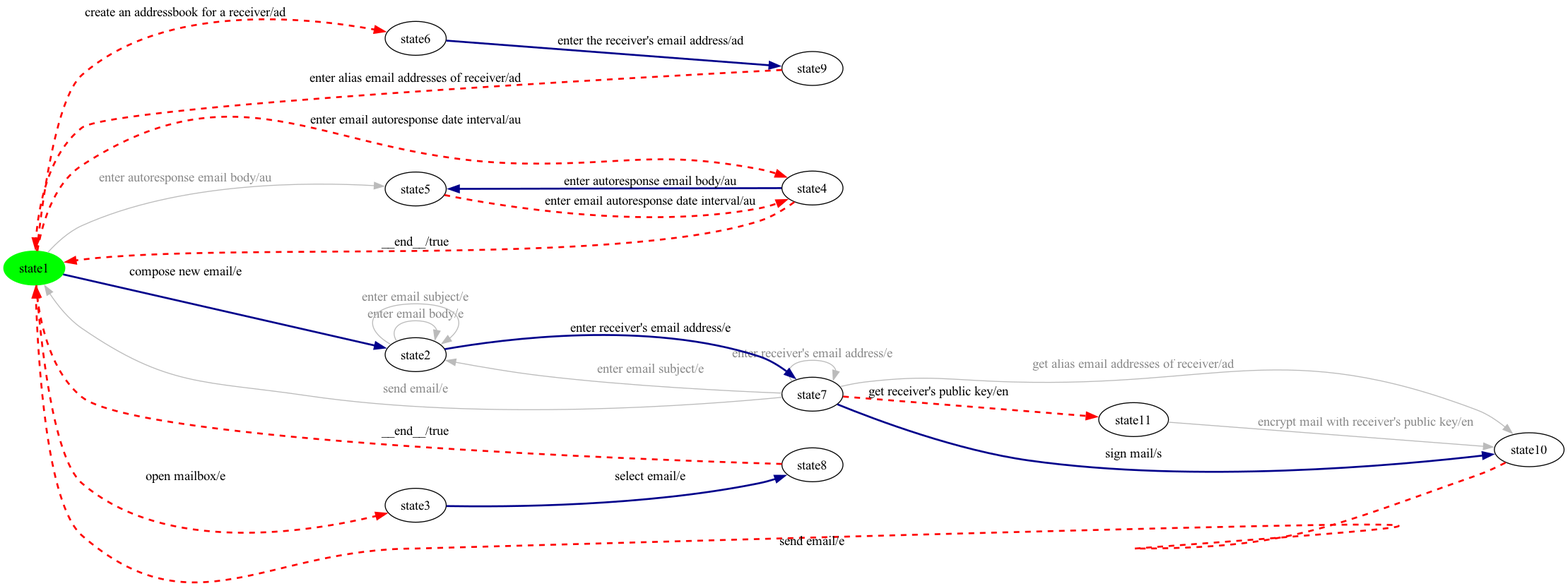
This is milestone-reports/per-product-all-states/eMail/eMail-product4-walk.png from dilekozturk93/vibes, a Graphviz export, as it was before one commit. Its source is kept beside it as milestone-reports/per-product-all-states/eMail/eMail-product4-walk.dot.
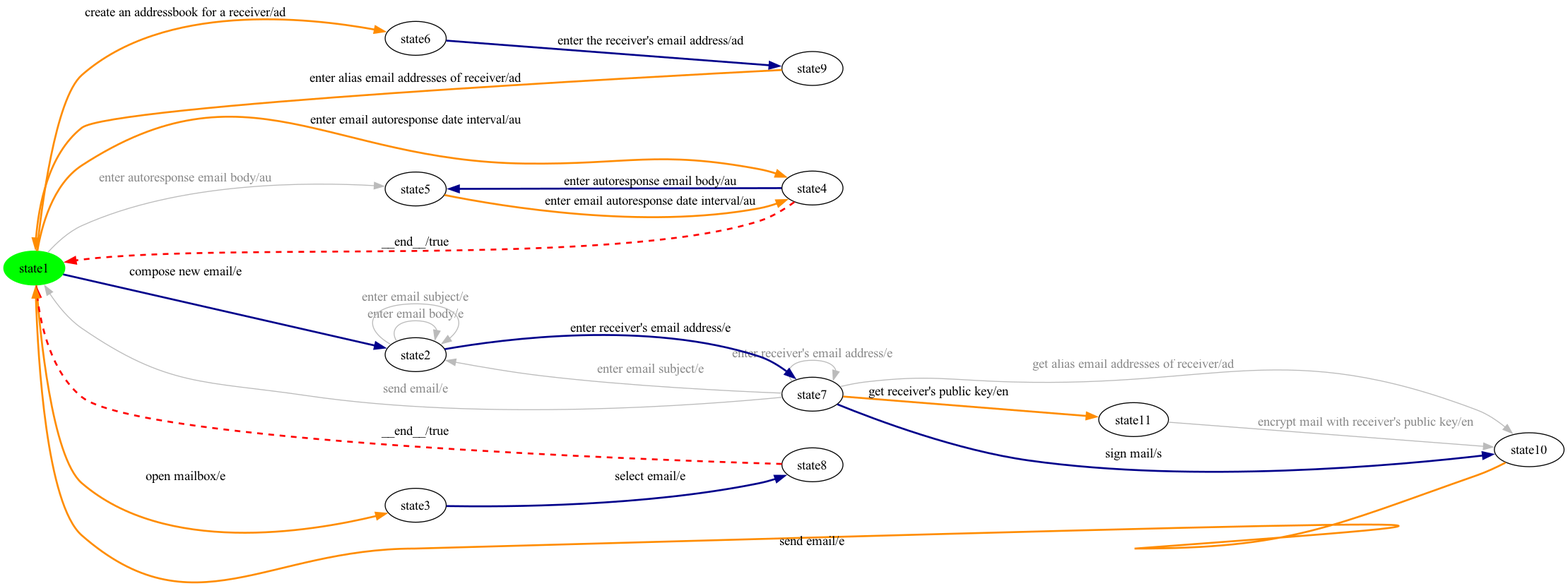
Above is the later version.

What changed in the source:
```diff
@@ -13,24 +13,24 @@
 state10 [ label = "state3" ];
 state7 -> state0 [ label=" send email/e ", color="#bbbbbb", fontcolor="#888888" ];
 state9 -> state3 [ label=" enter autoresponse email body/au ", style=bold, color=darkblue, penwidth=2 ];
-state7 -> state5 [ label=" get receiver's public key/en ", style=dashed, color=red, penwidth=2 ];
-state1 -> state0 [ label=" enter alias email addresses of receiver/ad ", style=dashed, color=red, penwidth=2 ];
+state7 -> state5 [ label=" get receiver's public key/en ", style=bold, color=darkorange, penwidth=2 ];
+state1 -> state0 [ label=" enter alias email addresses of receiver/ad ", style=bold, color=darkorange, penwidth=2 ];
 state5 -> state6 [ label=" encrypt mail with receiver's public key/en ", color="#bbbbbb", fontcolor="#888888" ];
 state10 -> state4 [ label=" select email/e ", style=bold, color=darkblue, penwidth=2 ];
-state3 -> state9 [ label=" enter email autoresponse date interval/au ", style=dashed, color=red, penwidth=2 ];
+state3 -> state9 [ label=" enter email autoresponse date interval/au ", style=bold, color=darkorange, penwidth=2 ];
 state7 -> state6 [ label=" sign mail/s ", style=bold, color=darkblue, penwidth=2 ];
 state8 -> state7 [ label=" enter receiver's email address/e ", style=bold, color=darkblue, penwidth=2 ];
 state7 -> state8 [ label=" enter email subject/e ", color="#bbbbbb", fontcolor="#888888" ];
-state0 -> state9 [ label=" enter email autoresponse date interval/au ", style=dashed, color=red, penwidth=2 ];
+state0 -> state9 [ label=" enter email autoresponse date interval/au ", style=bold, color=darkorange, penwidth=2 ];
 state0 -> state3 [ label=" enter autoresponse email body/au ", color="#bbbbbb", fontcolor="#888888" ];
 state9 -> state0 [ label=" __end__/true ", style=dashed, color=red, penwidth=2 ];
 state4 -> state0 [ label=" __end__/true ", style=dashed, color=red, penwidth=2 ];
-state0 -> state10 [ label=" open mailbox/e ", style=dashed, color=red, penwidth=2 ];
-state0 -> state2 [ label=" create an addressbook for a receiver/ad ", style=dashed, color=red, penwidth=2 ];
+state0 -> state10 [ label=" open mailbox/e ", style=bold, color=darkorange, penwidth=2 ];
+state0 -> state2 [ label=" create an addressbook for a receiver/ad ", style=bold, color=darkorange, penwidth=2 ];
 state0 -> state8 [ label=" compose new email/e ", style=bold, color=darkblue, penwidth=2 ];
 state8 -> state8 [ label=" enter email body/e ", color="#bbbbbb", fontcolor="#888888" ];
 state8 -> state8 [ label=" enter email subject/e ", color="#bbbbbb", fontcolor="#888888" ];
-state6 -> state0 [ label=" send email/e ", style=dashed, color=red, penwidth=2 ];
+state6 -> state0 [ label=" send email/e ", style=bold, color=darkorange, penwidth=2 ];
 state2 -> state1 [ label=" enter the receiver's email address/ad ", style=bold, color=darkblue, penwidth=2 ];
 state7 -> state7 [ label=" enter receiver's email address/e ", color="#bbbbbb", fontcolor="#888888" ];
 state7 -> state6 [ label=" get alias email addresses of receiver/ad ", color="#bbbbbb", fontcolor="#888888" ];
```
